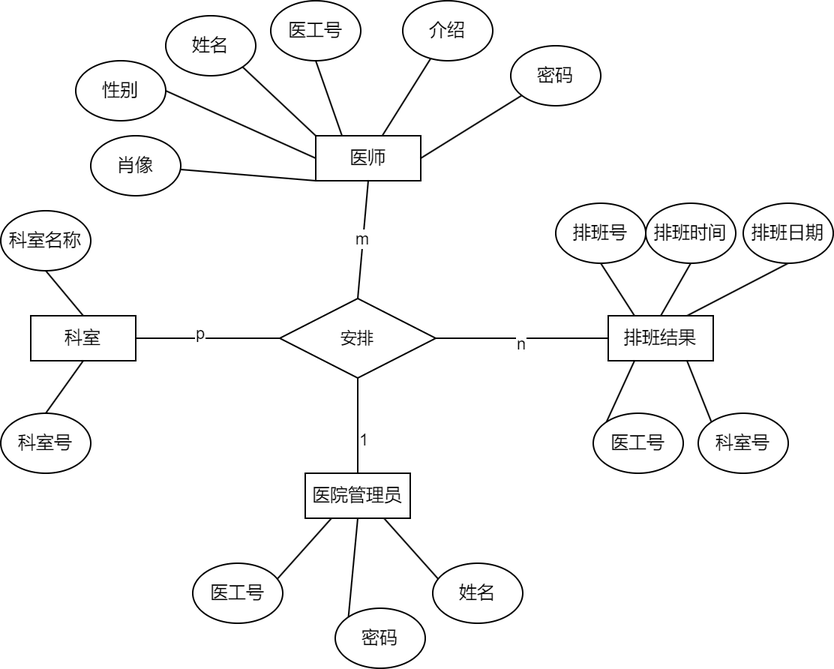
Above: docs/系统设计报告/images/dividedER2.png in Meng-XuanYu/Medical_System (draw.io), before the change. Source tidied: cells renumbered, new cells last; positions are measured from the earlier drawing's top-left corner, leaving out a move shared by most shapes.
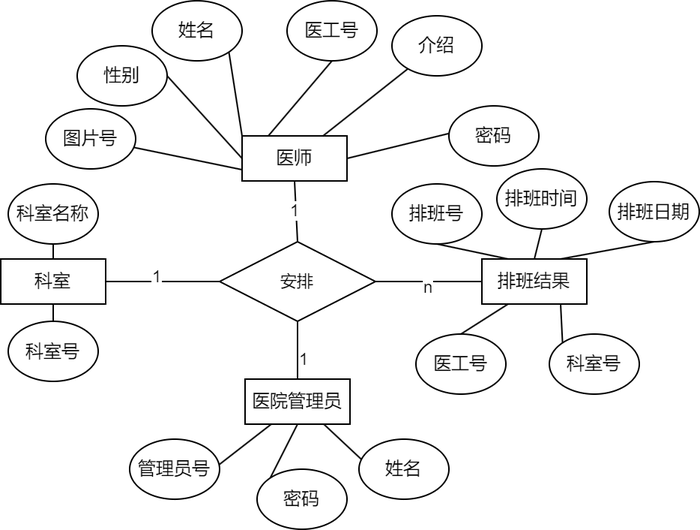
After the commit.

Change to the diagram source:
```diff
@@ -5,49 +5,49 @@
     <mxCell id="2" style="edgeStyle=none;shape=connector;rounded=0;jettySize=auto;html=1;exitX=0.5;exitY=1;exitDx=0;exitDy=0;entryX=0.5;entryY=0;entryDx=0;entryDy=0;strokeColor=default;align=center;verticalAlign=middle;fontFamily=Helvetica;fontSize=11;fontColor=default;labelBackgroundColor=default;endArrow=none;endFill=0;" parent="1" edge="1" source="4" target="46">
       <mxGeometry relative="1" as="geometry" />
     </mxCell>
-    <mxCell id="3" value="m" style="edgeLabel;html=1;align=center;verticalAlign=middle;fontFamily=Helvetica;fontSize=11;fontColor=default;labelBackgroundColor=default;" parent="2" vertex="1">
+    <mxCell id="3" value="1" style="edgeLabel;html=1;align=center;verticalAlign=middle;fontFamily=Helvetica;fontSize=11;fontColor=default;labelBackgroundColor=default;" parent="2" vertex="1">
       <mxGeometry relative="1" as="geometry">
         <mxPoint x="-1" as="offset" />
       </mxGeometry>
     </mxCell>
     <mxCell id="4" value="医师" style="html=1;dashed=0;whiteSpace=wrap;" parent="1" vertex="1">
-      <mxGeometry x="210" y="90" width="70" height="30" as="geometry" />
+      <mxGeometry x="201" y="128" width="70" height="30" as="geometry" />
     </mxCell>
     <mxCell id="5" style="shape=connector;rounded=0;jettySize=auto;html=1;exitX=0.5;exitY=1;exitDx=0;exitDy=0;entryX=0.25;entryY=0;entryDx=0;entryDy=0;strokeColor=default;align=center;verticalAlign=middle;fontFamily=Helvetica;fontSize=11;fontColor=default;labelBackgroundColor=default;endArrow=none;endFill=0;" parent="1" edge="1" source="6" target="4">
       <mxGeometry relative="1" as="geometry" />
     </mxCell>
     <mxCell id="6" value="医工号" style="ellipse;whiteSpace=wrap;html=1;strokeColor=default;align=center;verticalAlign=middle;fontFamily=Helvetica;fontSize=12;fontColor=default;fillColor=default;labelBackgroundColor=default;" parent="1" vertex="1">
-      <mxGeometry x="180" width="60" height="40" as="geometry" />
+      <mxGeometry x="231" y="38" width="60" height="40" as="geometry" />
     </mxCell>
     <mxCell id="7" style="shape=connector;rounded=0;jettySize=auto;html=1;exitX=1;exitY=0;exitDx=0;exitDy=0;entryX=1;entryY=0.5;entryDx=0;entryDy=0;strokeColor=default;align=center;verticalAlign=middle;fontFamily=Helvetica;fontSize=11;fontColor=default;labelBackgroundColor=default;endArrow=none;endFill=0;" parent="1" edge="1" source="8" target="4">
       <mxGeometry relative="1" as="geometry" />
     </mxCell>
     <mxCell id="8" value="密码" style="ellipse;whiteSpace=wrap;html=1;strokeColor=default;align=center;verticalAlign=middle;fontFamily=Helvetica;fontSize=12;fontColor=default;fillColor=default;labelBackgroundColor=default;" parent="1" vertex="1">
-      <mxGeometry x="340" y="30" width="60" height="40" as="geometry" />
+      <mxGeometry x="339" y="108" width="60" height="40" as="geometry" />
     </mxCell>
     <mxCell id="9" style="shape=connector;rounded=0;jettySize=auto;html=1;exitX=1;exitY=1;exitDx=0;exitDy=0;entryX=0;entryY=0;entryDx=0;entryDy=0;strokeColor=default;align=center;verticalAlign=middle;fontFamily=Helvetica;fontSize=11;fontColor=default;labelBackgroundColor=default;endArrow=none;endFill=0;" parent="1" edge="1" source="10" target="4">
       <mxGeometry relative="1" as="geometry" />
     </mxCell>
     <mxCell id="10" value="姓名" style="ellipse;whiteSpace=wrap;html=1;strokeColor=default;align=center;verticalAlign=middle;fontFamily=Helvetica;fontSize=12;fontColor=default;fillColor=default;labelBackgroundColor=default;" parent="1" vertex="1">
-      <mxGeometry x="110" y="10" width="60" height="40" as="geometry" />
+      <mxGeometry x="141" y="38" width="60" height="40" as="geometry" />
     </mxCell>
     <mxCell id="11" style="shape=connector;rounded=0;jettySize=auto;html=1;exitX=1;exitY=0.5;exitDx=0;exitDy=0;entryX=0;entryY=0.5;entryDx=0;entryDy=0;strokeColor=default;align=center;verticalAlign=middle;fontFamily=Helvetica;fontSize=11;fontColor=default;labelBackgroundColor=default;endArrow=none;endFill=0;" parent="1" edge="1" source="12" target="4">
       <mxGeometry relative="1" as="geometry" />
     </mxCell>
     <mxCell id="12" value="性别" style="ellipse;whiteSpace=wrap;html=1;" parent="1" vertex="1">
-      <mxGeometry x="50" y="40" width="60" height="40" as="geometry" />
+      <mxGeometry x="91" y="68" width="60" height="40" as="geometry" />
     </mxCell>
-    <mxCell id="13" style="shape=connector;rounded=0;jettySize=auto;html=1;strokeColor=default;align=center;verticalAlign=middle;fontFamily=Helvetica;fontSize=11;fontColor=default;labelBackgroundColor=default;endArrow=none;endFill=0;entryX=0;entryY=1;entryDx=0;entryDy=0;" parent="1" edge="1" source="14" target="4">
+    <mxCell id="13" style="shape=connector;rounded=0;jettySize=auto;html=1;strokeColor=default;align=center;verticalAlign=middle;fontFamily=Helvetica;fontSize=11;fontColor=default;labelBackgroundColor=default;endArrow=none;endFill=0;entryX=0;entryY=0.75;entryDx=0;entryDy=0;" parent="1" edge="1" source="14" target="4">
       <mxGeometry relative="1" as="geometry" />
     </mxCell>
-    <mxCell id="14" value="肖像" style="ellipse;whiteSpace=wrap;html=1;" parent="1" vertex="1">
-      <mxGeometry x="60" y="90" width="60" height="40" as="geometry" />
+    <mxCell id="14" value="图片号" style="ellipse;whiteSpace=wrap;html=1;" parent="1" vertex="1">
+      <mxGeometry x="70" y="110" width="60" height="40" as="geometry" />
     </mxCell>
     <mxCell id="15" style="shape=connector;rounded=0;jettySize=auto;html=1;strokeColor=default;align=center;verticalAlign=middle;fontFamily=Helvetica;fontSize=11;fontColor=default;labelBackgroundColor=default;endArrow=none;endFill=0;" parent="1" edge="1" source="16" target="4">
       <mxGeometry relative="1" as="geometry" />
     </mxCell>
     <mxCell id="16" value="介绍" style="ellipse;whiteSpace=wrap;html=1;" parent="1" vertex="1">
-      <mxGeometry x="268" width="60" height="40" as="geometry" />
+      <mxGeometry x="301" y="48" width="60" height="40" as="geometry" />
     </mxCell>
     <mxCell id="17" style="edgeStyle=none;shape=connector;rounded=0;jettySize=auto;html=1;exitX=0.5;exitY=0;exitDx=0;exitDy=0;strokeColor=default;align=center;verticalAlign=middle;fontFamily=Helvetica;fontSize=11;fontColor=default;labelBackgroundColor=default;endArrow=none;endFill=0;" parent="1" edge="1" source="19" target="46">
       <mxGeometry relative="1" as="geometry" />
@@ -58,25 +58,25 @@
       </mxGeometry>
     </mxCell>
     <mxCell id="19" value="医院管理员" style="html=1;dashed=0;whiteSpace=wrap;" parent="1" vertex="1">
-      <mxGeometry x="203" y="315" width="70" height="30" as="geometry" />
+      <mxGeometry x="203" y="290" width="70" height="30" as="geometry" />
     </mxCell>
     <mxCell id="20" style="shape=connector;rounded=0;jettySize=auto;html=1;exitX=0.5;exitY=1;exitDx=0;exitDy=0;entryX=0.25;entryY=1;entryDx=0;entryDy=0;strokeColor=default;align=center;verticalAlign=middle;fontFamily=Helvetica;fontSize=11;fontColor=default;labelBackgroundColor=default;endArrow=none;endFill=0;" parent="1" edge="1" source="21" target="19">
       <mxGeometry relative="1" as="geometry" />
     </mxCell>
-    <mxCell id="21" value="医工号" style="ellipse;whiteSpace=wrap;html=1;strokeColor=default;align=center;verticalAlign=middle;fontFamily=Helvetica;fontSize=12;fontColor=default;fillColor=default;labelBackgroundColor=default;" parent="1" vertex="1">
-      <mxGeometry x="128" y="375" width="60" height="40" as="geometry" />
+    <mxCell id="21" value="管理员号" style="ellipse;whiteSpace=wrap;html=1;strokeColor=default;align=center;verticalAlign=middle;fontFamily=Helvetica;fontSize=12;fontColor=default;fillColor=default;labelBackgroundColor=default;" parent="1" vertex="1">
+      <mxGeometry x="126" y="330" width="60" height="40" as="geometry" />
     </mxCell>
     <mxCell id="22" style="shape=connector;rounded=0;jettySize=auto;html=1;exitX=0;exitY=0;exitDx=0;exitDy=0;entryX=0.5;entryY=1;entryDx=0;entryDy=0;strokeColor=default;align=center;verticalAlign=middle;fontFamily=Helvetica;fontSize=11;fontColor=default;labelBackgroundColor=default;endArrow=none;endFill=0;" parent="1" edge="1" source="23" target="19">
       <mxGeometry relative="1" as="geometry" />
     </mxCell>
     <mxCell id="23" value="密码" style="ellipse;whiteSpace=wrap;html=1;strokeColor=default;align=center;verticalAlign=middle;fontFamily=Helvetica;fontSize=12;fontColor=default;fillColor=default;labelBackgroundColor=default;" parent="1" vertex="1">
-      <mxGeometry x="223" y="405" width="60" height="40" as="geometry" />
+      <mxGeometry x="211" y="350" width="60" height="40" as="geometry" />
     </mxCell>
     <mxCell id="24" style="shape=connector;rounded=0;jettySize=auto;html=1;exitX=0.5;exitY=1;exitDx=0;exitDy=0;entryX=0.75;entryY=1;entryDx=0;entryDy=0;strokeColor=default;align=center;verticalAlign=middle;fontFamily=Helvetica;fontSize=11;fontColor=default;labelBackgroundColor=default;endArrow=none;endFill=0;" parent="1" edge="1" source="25" target="19">
       <mxGeometry relative="1" as="geometry" />
     </mxCell>
     <mxCell id="25" value="姓名" style="ellipse;whiteSpace=wrap;html=1;strokeColor=default;align=center;verticalAlign=middle;fontFamily=Helvetica;fontSize=12;fontColor=default;fillColor=default;labelBackgroundColor=default;" parent="1" vertex="1">
-      <mxGeometry x="288" y="375" width="60" height="40" as="geometry" />
+      <mxGeometry x="279" y="330" width="60" height="40" as="geometry" />
     </mxCell>
     <mxCell id="26" style="shape=connector;rounded=0;jettySize=auto;html=1;exitX=0.5;exitY=0;exitDx=0;exitDy=0;entryX=0.5;entryY=1;entryDx=0;entryDy=0;strokeColor=default;align=center;verticalAlign=middle;fontFamily=Helvetica;fontSize=11;fontColor=default;labelBackgroundColor=default;endArrow=none;endFill=0;" parent="1" edge="1" source="29" target="32">
       <mxGeometry relative="1" as="geometry" />
@@ -84,20 +84,20 @@
     <mxCell id="27" style="edgeStyle=none;shape=connector;rounded=0;jettySize=auto;html=1;exitX=1;exitY=0.5;exitDx=0;exitDy=0;entryX=0;entryY=0.5;entryDx=0;entryDy=0;strokeColor=default;align=center;verticalAlign=middle;fontFamily=Helvetica;fontSize=11;fontColor=default;labelBackgroundColor=default;endArrow=none;endFill=0;" parent="1" edge="1" source="29" target="46">
       <mxGeometry relative="1" as="geometry" />
     </mxCell>
-    <mxCell id="28" value="p" style="edgeLabel;html=1;align=center;verticalAlign=middle;fontFamily=Helvetica;fontSize=11;fontColor=default;labelBackgroundColor=default;" parent="27" vertex="1">
+    <mxCell id="28" value="1" style="edgeLabel;html=1;align=center;verticalAlign=middle;fontFamily=Helvetica;fontSize=11;fontColor=default;labelBackgroundColor=default;" parent="27" vertex="1">
       <mxGeometry x="-0.13" y="4" relative="1" as="geometry" />
     </mxCell>
     <mxCell id="29" value="科室" style="html=1;dashed=0;whiteSpace=wrap;" parent="1" vertex="1">
-      <mxGeometry x="20" y="210" width="70" height="30" as="geometry" />
+      <mxGeometry x="40" y="210" width="70" height="30" as="geometry" />
     </mxCell>
     <mxCell id="30" style="shape=connector;rounded=0;jettySize=auto;html=1;exitX=0.5;exitY=0;exitDx=0;exitDy=0;entryX=0.5;entryY=1;entryDx=0;entryDy=0;strokeColor=default;align=center;verticalAlign=middle;fontFamily=Helvetica;fontSize=11;fontColor=default;labelBackgroundColor=default;endArrow=none;endFill=0;" parent="1" edge="1" source="31" target="29">
       <mxGeometry relative="1" as="geometry" />
     </mxCell>
     <mxCell id="31" value="科室号" style="ellipse;whiteSpace=wrap;html=1;strokeColor=default;align=center;verticalAlign=middle;fontFamily=Helvetica;fontSize=12;fontColor=default;fillColor=default;labelBackgroundColor=default;" parent="1" vertex="1">
-      <mxGeometry y="275" width="60" height="40" as="geometry" />
+      <mxGeometry x="45" y="251.5" width="60" height="40" as="geometry" />
     </mxCell>
     <mxCell id="32" value="科室名称" style="ellipse;whiteSpace=wrap;html=1;strokeColor=default;align=center;verticalAlign=middle;fontFamily=Helvetica;fontSize=12;fontColor=default;fillColor=default;labelBackgroundColor=default;" parent="1" vertex="1">
-      <mxGeometry y="140" width="60" height="40" as="geometry" />
+      <mxGeometry x="45" y="160" width="60" height="40" as="geometry" />
     </mxCell>
     <mxCell id="33" style="shape=connector;rounded=0;jettySize=auto;html=1;exitX=0.25;exitY=0;exitDx=0;exitDy=0;entryX=0.5;entryY=1;entryDx=0;entryDy=0;strokeColor=default;align=center;verticalAlign=middle;fontFamily=Helvetica;fontSize=11;fontColor=default;labelBackgroundColor=default;endArrow=none;endFill=0;" parent="1" edge="1" source="38" target="39">
       <mxGeometry relative="1" as="geometry" />
@@ -115,28 +115,28 @@
       <mxGeometry x="0.03" y="3" relative="1" as="geometry" />
     </mxCell>
     <mxCell id="38" value="排班结果" style="html=1;dashed=0;whiteSpace=wrap;" parent="1" vertex="1">
-      <mxGeometry x="405" y="210" width="70" height="30" as="geometry" />
+      <mxGeometry x="361" y="210" width="70" height="30" as="geometry" />
     </mxCell>
     <mxCell id="39" value="排班号" style="ellipse;whiteSpace=wrap;html=1;strokeColor=default;align=center;verticalAlign=middle;fontFamily=Helvetica;fontSize=12;fontColor=default;fillColor=default;labelBackgroundColor=default;" parent="1" vertex="1">
-      <mxGeometry x="370" y="135" width="60" height="40" as="geometry" />
+      <mxGeometry x="301" y="160" width="60" height="40" as="geometry" />
     </mxCell>
-    <mxCell id="40" style="shape=connector;rounded=0;jettySize=auto;html=1;exitX=0;exitY=0;exitDx=0;exitDy=0;entryX=0.25;entryY=1;entryDx=0;entryDy=0;strokeColor=default;align=center;verticalAlign=middle;fontFamily=Helvetica;fontSize=11;fontColor=default;labelBackgroundColor=default;endArrow=none;endFill=0;" parent="1" edge="1" source="41" target="38">
+    <mxCell id="40" style="rounded=0;jettySize=auto;html=1;exitX=0.5;exitY=0;exitDx=0;exitDy=0;entryX=0.25;entryY=1;entryDx=0;entryDy=0;endArrow=none;endFill=0;" parent="1" edge="1" source="41" target="38">
       <mxGeometry relative="1" as="geometry" />
     </mxCell>
     <mxCell id="41" value="医工号" style="ellipse;whiteSpace=wrap;html=1;strokeColor=default;align=center;verticalAlign=middle;fontFamily=Helvetica;fontSize=12;fontColor=default;fillColor=default;labelBackgroundColor=default;" parent="1" vertex="1">
-      <mxGeometry x="395" y="275" width="60" height="40" as="geometry" />
+      <mxGeometry x="317" y="260" width="60" height="40" as="geometry" />
     </mxCell>
     <mxCell id="42" style="shape=connector;rounded=0;jettySize=auto;html=1;exitX=0;exitY=0;exitDx=0;exitDy=0;entryX=0.75;entryY=1;entryDx=0;entryDy=0;strokeColor=default;align=center;verticalAlign=middle;fontFamily=Helvetica;fontSize=11;fontColor=default;labelBackgroundColor=default;endArrow=none;endFill=0;" parent="1" edge="1" source="43" target="38">
       <mxGeometry relative="1" as="geometry" />
     </mxCell>
     <mxCell id="43" value="科室号" style="ellipse;whiteSpace=wrap;html=1;strokeColor=default;align=center;verticalAlign=middle;fontFamily=Helvetica;fontSize=12;fontColor=default;fillColor=default;labelBackgroundColor=default;" parent="1" vertex="1">
-      <mxGeometry x="465" y="275" width="60" height="40" as="geometry" />
+      <mxGeometry x="406" y="260" width="60" height="40" as="geometry" />
     </mxCell>
     <mxCell id="44" value="排班时间" style="ellipse;whiteSpace=wrap;html=1;strokeColor=default;align=center;verticalAlign=middle;fontFamily=Helvetica;fontSize=12;fontColor=default;fillColor=default;labelBackgroundColor=default;" parent="1" vertex="1">
-      <mxGeometry x="430" y="135" width="60" height="40" as="geometry" />
+      <mxGeometry x="371" y="150" width="60" height="40" as="geometry" />
     </mxCell>
     <mxCell id="45" value="排班日期" style="ellipse;whiteSpace=wrap;html=1;strokeColor=default;align=center;verticalAlign=middle;fontFamily=Helvetica;fontSize=12;fontColor=default;fillColor=default;labelBackgroundColor=default;" parent="1" vertex="1">
-      <mxGeometry x="495" y="135" width="60" height="40" as="geometry" />
+      <mxGeometry x="446" y="158.5" width="60" height="40" as="geometry" />
     </mxCell>
     <mxCell id="46" value="安排" style="rhombus;whiteSpace=wrap;html=1;fontFamily=Helvetica;fontSize=11;fontColor=default;labelBackgroundColor=default;" parent="1" vertex="1">
       <mxGeometry x="186" y="198.5" width="104" height="53" as="geometry" />
```
